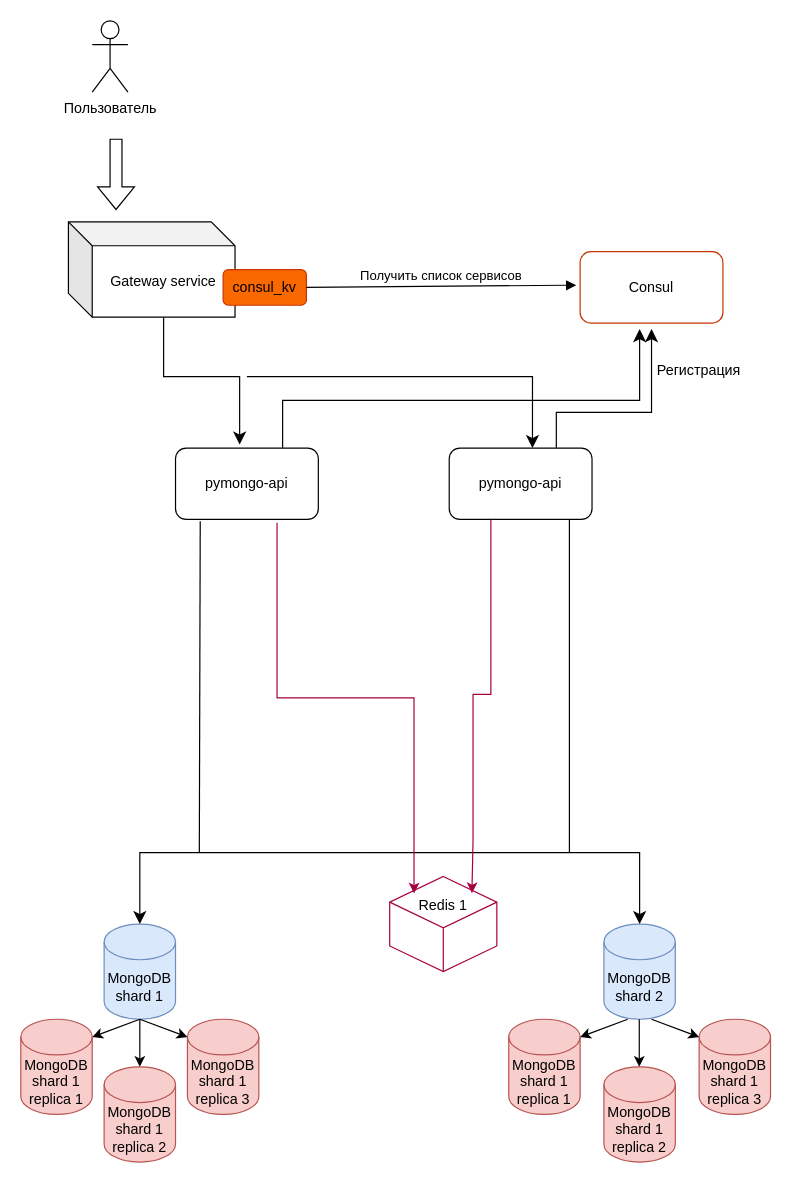
The draw.io diagram page "task 5 API Gateway" (5 of 6) of sprint2tasks.drawio in 6-abs-dev/YP_sprint2, before the edit. Source tidied: cells renumbered, new cells numbered last; positions are measured from the earlier drawing's top-left corner, leaving out a move shared by most shapes. Both pictures are drawn from the tidied source at 119%, with x=0, y=0 at pixel (20, 20).
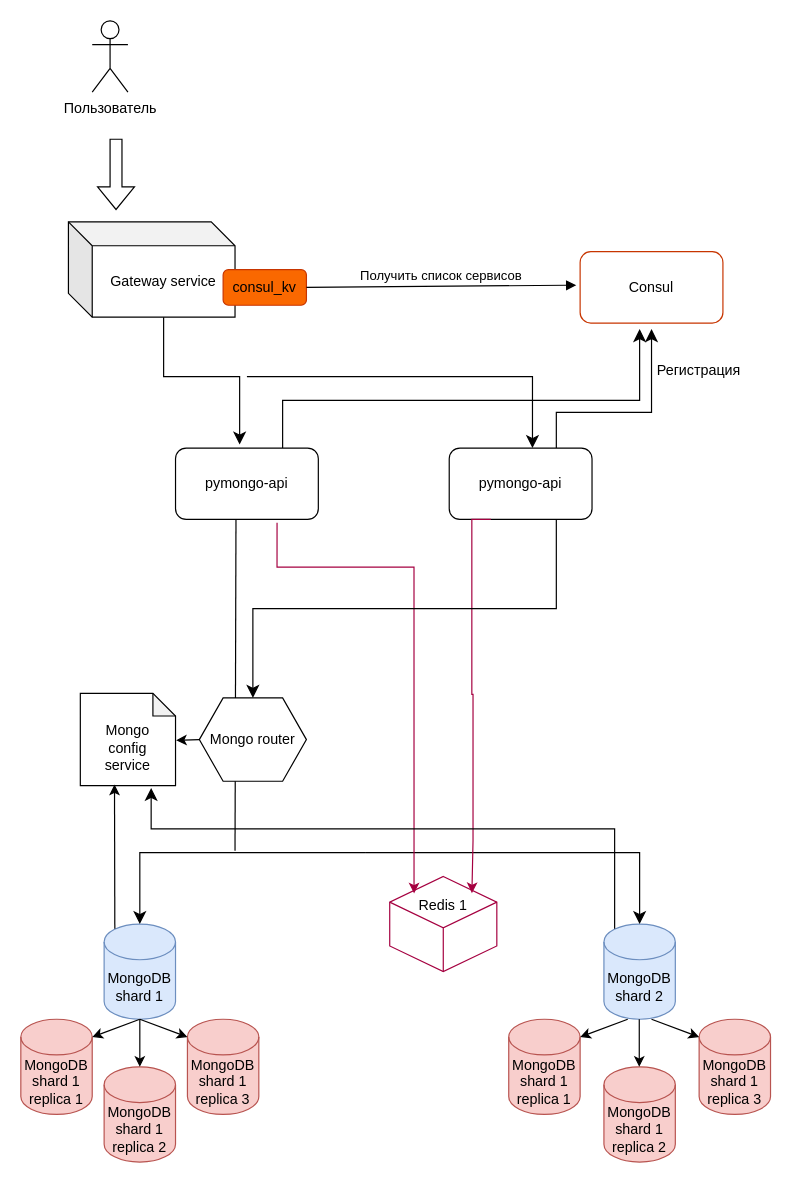
The same page after the edit.

The change refers to these unchanged cells:
```xml
<mxCell id="4" value="pymongo-api" style="rounded=1;whiteSpace=wrap;html=1;" parent="1" vertex="1">
  <mxGeometry x="130" y="359" width="120" height="60" as="geometry" />
</mxCell>
<mxCell id="21" style="html=1;shape=mxgraph.basic.isocube;isoAngle=15;fillColor=none;fontColor=#ffffff;strokeColor=#A50040;" parent="1" vertex="1">
  <mxGeometry x="310" y="719" width="90" height="80" as="geometry" />
</mxCell>
<mxCell id="23" value="Redis 1" style="text;html=1;align=center;verticalAlign=middle;whiteSpace=wrap;rounded=0;" parent="1" vertex="1">
  <mxGeometry x="325" y="729" width="60" height="30" as="geometry" />
</mxCell>
<mxCell id="27" value="pymongo-api" style="rounded=1;whiteSpace=wrap;html=1;" parent="1" vertex="1">
  <mxGeometry x="360" y="359" width="120" height="60" as="geometry" />
</mxCell>
```

What changed in the source:
```diff
@@
-    <mxCell id="14" style="endArrow=none;html=1;rounded=0;entryX=0.173;entryY=1.026;entryDx=0;entryDy=0;entryPerimeter=0;" parent="1" edge="1" target="4">
+    <mxCell id="14" style="endArrow=none;html=1;rounded=0;entryX=0.173;entryY=1.026;entryDx=0;entryDy=0;entryPerimeter=0;" parent="1" edge="1">
       <mxGeometry relative="1" as="geometry">
-        <mxPoint x="150" y="699" as="sourcePoint" />
+        <mxPoint x="180" y="697.4" as="sourcePoint" />
+        <mxPoint x="180.8" y="419" as="targetPoint" />
       </mxGeometry>
     </mxCell>
@@
     <mxCell id="22" style="edgeStyle=orthogonalEdgeStyle;rounded=0;jettySize=auto;html=1;exitX=0.711;exitY=1.045;exitDx=0;exitDy=0;exitPerimeter=0;fillColor=#d80073;strokeColor=#A50040;entryX=0.227;entryY=0.178;entryDx=0;entryDy=0;entryPerimeter=0;" parent="1" edge="1" source="4" target="21">
       <mxGeometry relative="1" as="geometry">
         <Array as="points">
-          <mxPoint x="215" y="569" />
-          <mxPoint x="330" y="569" />
+          <mxPoint x="215" y="459" />
+          <mxPoint x="330" y="459" />
         </Array>
       </mxGeometry>
     </mxCell>
@@
     <mxCell id="28" style="edgeStyle=orthogonalEdgeStyle;rounded=0;jettySize=auto;html=1;exitX=0.711;exitY=1.045;exitDx=0;exitDy=0;exitPerimeter=0;fillColor=#d80073;strokeColor=#A50040;entryX=0.901;entryY=0.135;entryDx=0;entryDy=0;entryPerimeter=0;" parent="1" edge="1" target="23">
       <mxGeometry relative="1" as="geometry">
         <mxPoint x="395" y="419" as="sourcePoint" />
         <Array as="points">
-          <mxPoint x="395" y="566" />
+          <mxPoint x="379" y="419" />
+          <mxPoint x="379" y="566" />
           <mxPoint x="380" y="566" />
           <mxPoint x="380" y="689" />
           <mxPoint x="379" y="689" />
         </Array>
       </mxGeometry>
     </mxCell>
-    <mxCell id="29" style="endArrow=none;html=1;rounded=0;entryX=0.173;entryY=1.026;entryDx=0;entryDy=0;entryPerimeter=0;" parent="1" edge="1">
-      <mxGeometry relative="1" as="geometry">
-        <mxPoint x="461" y="699" as="sourcePoint" />
-        <mxPoint x="461" y="419" as="targetPoint" />
-      </mxGeometry>
-    </mxCell>
@@
+    <mxCell id="37" value="Mongo router" style="shape=hexagon;perimeter=hexagonPerimeter2;whiteSpace=wrap;html=1;fixedSize=1;" parent="1" vertex="1">
+      <mxGeometry x="150" y="569" width="90" height="70" as="geometry" />
+    </mxCell>
+    <mxCell id="38" value="&lt;div&gt;&lt;br&gt;&lt;/div&gt;Mongo&lt;br&gt;config&lt;br&gt;service" style="shape=note;whiteSpace=wrap;html=1;backgroundOutline=1;darkOpacity=0.05;size=19;" parent="1" vertex="1">
+      <mxGeometry x="50" y="565.2" width="80" height="77.5" as="geometry" />
+    </mxCell>
+    <mxCell id="39" style="endArrow=classic;html=1;rounded=0;entryX=0.359;entryY=0.988;entryDx=0;entryDy=0;entryPerimeter=0;exitX=0.145;exitY=0;exitDx=0;exitDy=4.35;exitPerimeter=0;" parent="1" edge="1" target="38">
+      <mxGeometry relative="1" as="geometry">
+        <mxPoint x="79" y="763" as="sourcePoint" />
+      </mxGeometry>
+    </mxCell>
+    <mxCell id="40" style="endArrow=classic;html=1;rounded=0;exitX=0;exitY=0.5;exitDx=0;exitDy=0;entryX=1.006;entryY=0.508;entryDx=0;entryDy=0;entryPerimeter=0;" parent="1" edge="1" source="37" target="38">
+      <mxGeometry relative="1" as="geometry" />
+    </mxCell>
+    <mxCell id="41" style="edgeStyle=elbowEdgeStyle;elbow=vertical;endArrow=classic;html=1;curved=0;rounded=0;endSize=8;startSize=8;exitX=0.145;exitY=0;exitDx=0;exitDy=4.35;exitPerimeter=0;entryX=0.744;entryY=1.025;entryDx=0;entryDy=0;entryPerimeter=0;" parent="1" edge="1" target="38">
+      <mxGeometry relative="1" as="geometry">
+        <mxPoint x="499" y="763" as="sourcePoint" />
+        <Array as="points">
+          <mxPoint x="310" y="679" />
+        </Array>
+      </mxGeometry>
+    </mxCell>
+    <mxCell id="42" style="edgeStyle=elbowEdgeStyle;elbow=vertical;endArrow=classic;html=1;curved=0;rounded=0;endSize=8;startSize=8;exitX=0.75;exitY=1;exitDx=0;exitDy=0;entryX=0.5;entryY=0;entryDx=0;entryDy=0;" parent="1" edge="1" source="27" target="37">
+      <mxGeometry relative="1" as="geometry" />
+    </mxCell>
```
